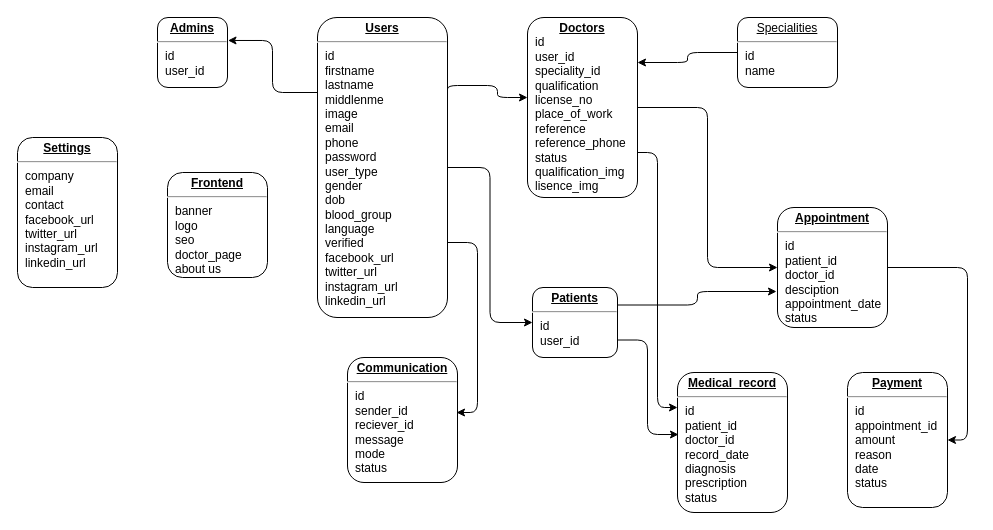
This is HMS.drawio from Thetechguy44/Health-Care-Management-System, a draw.io file, before an edit. Source tidied: cells renumbered, new cells numbered last; positions are measured from the earlier drawing's top-left corner, leaving out a move shared by most shapes. Both pictures are drawn from the tidied source at 100%, with x=0, y=0 at pixel (17, 17).
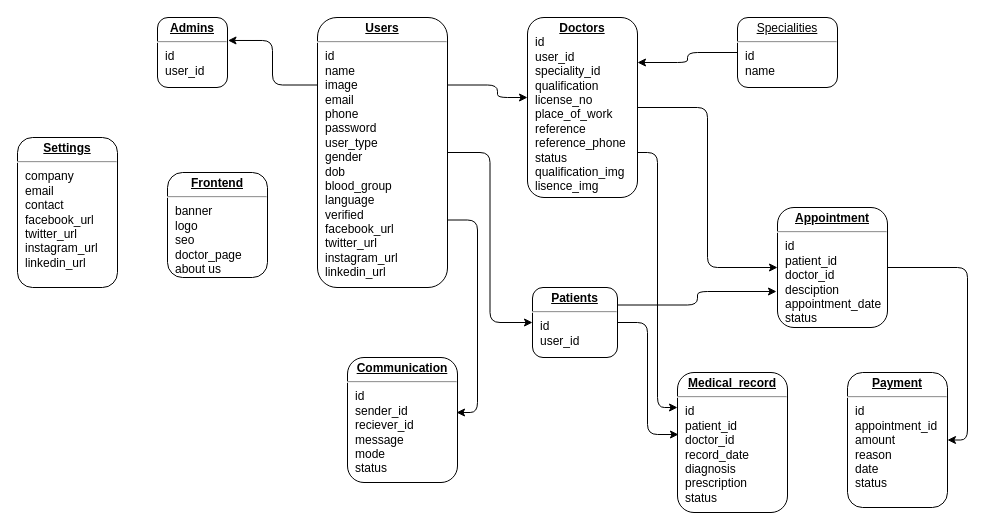
Above is the later version.

The change refers to these unchanged cells:
```xml
<mxCell id="7" value="&lt;p style=&quot;margin: 0px ; margin-top: 4px ; text-align: center ; text-decoration: underline&quot;&gt;&lt;b&gt;Patients&lt;/b&gt;&lt;/p&gt;&lt;hr&gt;&lt;p style=&quot;margin: 0px ; margin-left: 8px&quot;&gt;id&lt;/p&gt;&lt;p style=&quot;margin: 0px ; margin-left: 8px&quot;&gt;user_id&lt;/p&gt;&lt;p style=&quot;margin: 0px ; margin-left: 8px&quot;&gt;&lt;br&gt;&lt;/p&gt;" style="verticalAlign=top;align=left;overflow=fill;fontSize=12;fontFamily=Helvetica;html=1;rounded=1;shadow=0;comic=0;labelBackgroundColor=none;strokeWidth=1;" parent="1" vertex="1">
  <mxGeometry x="515" y="270" width="85" height="70" as="geometry" />
</mxCell>
<mxCell id="13" value="&lt;p style=&quot;margin: 0px ; margin-top: 4px ; text-align: center ; text-decoration: underline&quot;&gt;&lt;b&gt;Medical_record&lt;/b&gt;&lt;/p&gt;&lt;hr&gt;&lt;p style=&quot;margin: 0px ; margin-left: 8px&quot;&gt;id&lt;/p&gt;&lt;p style=&quot;margin: 0px ; margin-left: 8px&quot;&gt;patient_id&lt;/p&gt;&lt;p style=&quot;margin: 0px ; margin-left: 8px&quot;&gt;doctor_id&lt;/p&gt;&lt;p style=&quot;margin: 0px ; margin-left: 8px&quot;&gt;record_date&lt;/p&gt;&lt;p style=&quot;margin: 0px ; margin-left: 8px&quot;&gt;diagnosis&lt;/p&gt;&lt;p style=&quot;margin: 0px ; margin-left: 8px&quot;&gt;prescription&lt;/p&gt;&lt;p style=&quot;margin: 0px ; margin-left: 8px&quot;&gt;status&lt;/p&gt;" style="verticalAlign=top;align=left;overflow=fill;fontSize=12;fontFamily=Helvetica;html=1;rounded=1;shadow=0;comic=0;labelBackgroundColor=none;strokeWidth=1;" parent="1" vertex="1">
  <mxGeometry x="660" y="355" width="110" height="140" as="geometry" />
</mxCell>
```

What changed in the source:
```diff
@@
-    <mxCell id="6" value="&lt;p style=&quot;margin: 0px ; margin-top: 4px ; text-align: center ; text-decoration: underline&quot;&gt;&lt;b&gt;Users&lt;/b&gt;&lt;/p&gt;&lt;hr&gt;&lt;p style=&quot;margin: 0px ; margin-left: 8px&quot;&gt;id&lt;/p&gt;&lt;p style=&quot;margin: 0px ; margin-left: 8px&quot;&gt;firstname&lt;/p&gt;&lt;p style=&quot;margin: 0px ; margin-left: 8px&quot;&gt;lastname&lt;/p&gt;&lt;p style=&quot;margin: 0px ; margin-left: 8px&quot;&gt;middlenme&lt;/p&gt;&lt;p style=&quot;margin: 0px ; margin-left: 8px&quot;&gt;image&lt;/p&gt;&lt;p style=&quot;margin: 0px ; margin-left: 8px&quot;&gt;email&lt;/p&gt;&lt;p style=&quot;margin: 0px ; margin-left: 8px&quot;&gt;phone&lt;/p&gt;&lt;p style=&quot;margin: 0px ; margin-left: 8px&quot;&gt;password&lt;/p&gt;&lt;p style=&quot;margin: 0px ; margin-left: 8px&quot;&gt;user_type&lt;/p&gt;&lt;p style=&quot;margin: 0px ; margin-left: 8px&quot;&gt;gender&lt;/p&gt;&lt;p style=&quot;margin: 0px ; margin-left: 8px&quot;&gt;dob&lt;/p&gt;&lt;p style=&quot;margin: 0px ; margin-left: 8px&quot;&gt;blood_group&lt;/p&gt;&lt;p style=&quot;margin: 0px ; margin-left: 8px&quot;&gt;language&lt;/p&gt;&lt;p style=&quot;margin: 0px ; margin-left: 8px&quot;&gt;verified&amp;nbsp;&lt;/p&gt;&lt;p style=&quot;margin: 0px ; margin-left: 8px&quot;&gt;facebook_url&lt;/p&gt;&lt;p style=&quot;margin: 0px ; margin-left: 8px&quot;&gt;twitter_url&lt;/p&gt;&lt;p style=&quot;margin: 0px ; margin-left: 8px&quot;&gt;instagram_url&lt;/p&gt;&lt;p style=&quot;margin: 0px ; margin-left: 8px&quot;&gt;linkedin_url&lt;/p&gt;" style="verticalAlign=top;align=left;overflow=fill;fontSize=12;fontFamily=Helvetica;html=1;rounded=1;shadow=0;comic=0;labelBackgroundColor=none;strokeWidth=1;" parent="1" vertex="1">
-      <mxGeometry x="300" width="130" height="300" as="geometry" />
+    <mxCell id="6" value="&lt;p style=&quot;margin: 0px ; margin-top: 4px ; text-align: center ; text-decoration: underline&quot;&gt;&lt;b&gt;Users&lt;/b&gt;&lt;/p&gt;&lt;hr&gt;&lt;p style=&quot;margin: 0px ; margin-left: 8px&quot;&gt;id&lt;/p&gt;&lt;p style=&quot;margin: 0px ; margin-left: 8px&quot;&gt;name&lt;/p&gt;&lt;p style=&quot;margin: 0px ; margin-left: 8px&quot;&gt;image&lt;/p&gt;&lt;p style=&quot;margin: 0px ; margin-left: 8px&quot;&gt;email&lt;/p&gt;&lt;p style=&quot;margin: 0px ; margin-left: 8px&quot;&gt;phone&lt;/p&gt;&lt;p style=&quot;margin: 0px ; margin-left: 8px&quot;&gt;password&lt;/p&gt;&lt;p style=&quot;margin: 0px ; margin-left: 8px&quot;&gt;user_type&lt;/p&gt;&lt;p style=&quot;margin: 0px ; margin-left: 8px&quot;&gt;gender&lt;/p&gt;&lt;p style=&quot;margin: 0px ; margin-left: 8px&quot;&gt;dob&lt;/p&gt;&lt;p style=&quot;margin: 0px ; margin-left: 8px&quot;&gt;blood_group&lt;/p&gt;&lt;p style=&quot;margin: 0px ; margin-left: 8px&quot;&gt;language&lt;/p&gt;&lt;p style=&quot;margin: 0px ; margin-left: 8px&quot;&gt;verified&amp;nbsp;&lt;/p&gt;&lt;p style=&quot;margin: 0px ; margin-left: 8px&quot;&gt;facebook_url&lt;/p&gt;&lt;p style=&quot;margin: 0px ; margin-left: 8px&quot;&gt;twitter_url&lt;/p&gt;&lt;p style=&quot;margin: 0px ; margin-left: 8px&quot;&gt;instagram_url&lt;/p&gt;&lt;p style=&quot;margin: 0px ; margin-left: 8px&quot;&gt;linkedin_url&lt;/p&gt;" style="verticalAlign=top;align=left;overflow=fill;fontSize=12;fontFamily=Helvetica;html=1;rounded=1;shadow=0;comic=0;labelBackgroundColor=none;strokeWidth=1;" parent="1" vertex="1">
+      <mxGeometry x="300" width="130" height="270" as="geometry" />
     </mxCell>
@@
-    <mxCell id="22" style="edgeStyle=orthogonalEdgeStyle;rounded=1;jettySize=auto;html=1;exitX=1;exitY=0.75;exitDx=0;exitDy=0;entryX=0.009;entryY=0.443;entryDx=0;entryDy=0;entryPerimeter=0;" parent="1" edge="1" source="7" target="13">
+    <mxCell id="22" style="edgeStyle=orthogonalEdgeStyle;rounded=1;jettySize=auto;html=1;exitX=1;exitY=0.5;exitDx=0;exitDy=0;entryX=0.009;entryY=0.443;entryDx=0;entryDy=0;entryPerimeter=0;" parent="1" edge="1" source="7" target="13">
       <mxGeometry relative="1" as="geometry" />
     </mxCell>
```
